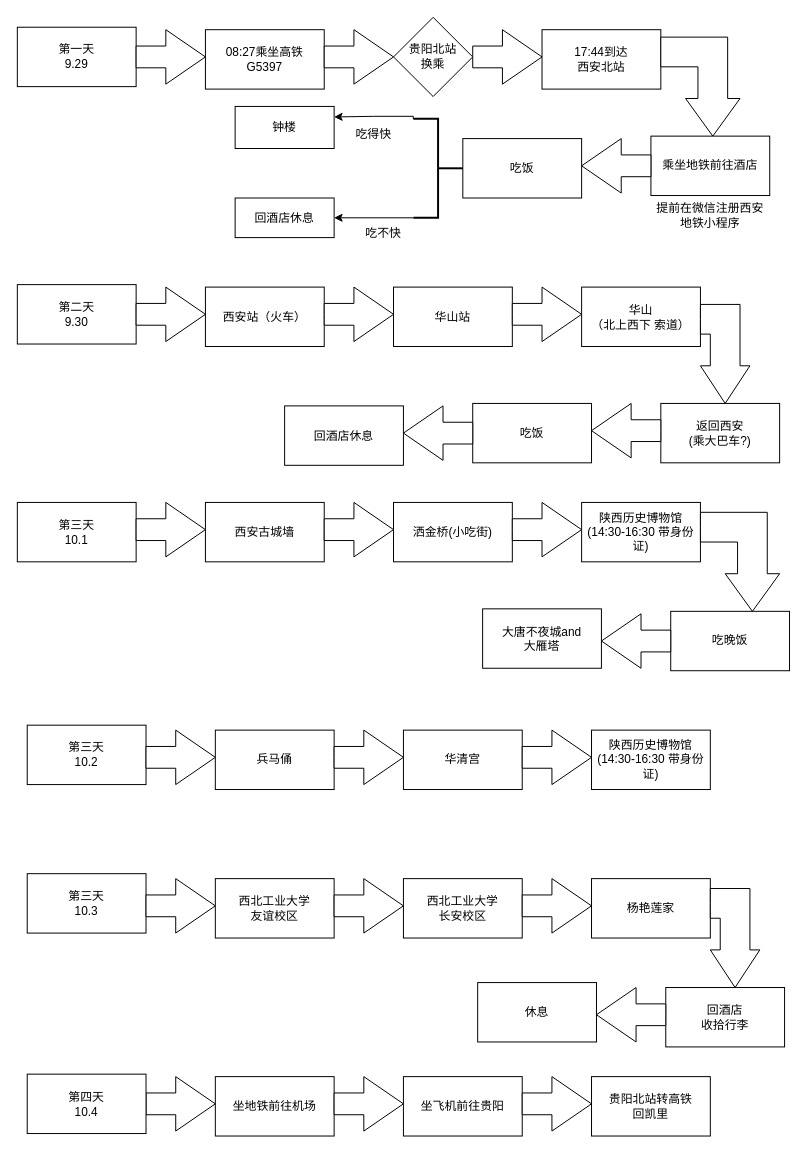
The draw.io diagram Xi'an.drawio in stanic11/miniprogram, before the edit. Source tidied: cells renumbered, new cells numbered last; positions are measured from the earlier drawing's top-left corner, leaving out a move shared by most shapes. Both pictures are drawn from the tidied source at 99%, with x=0, y=0 at pixel (17, 17).
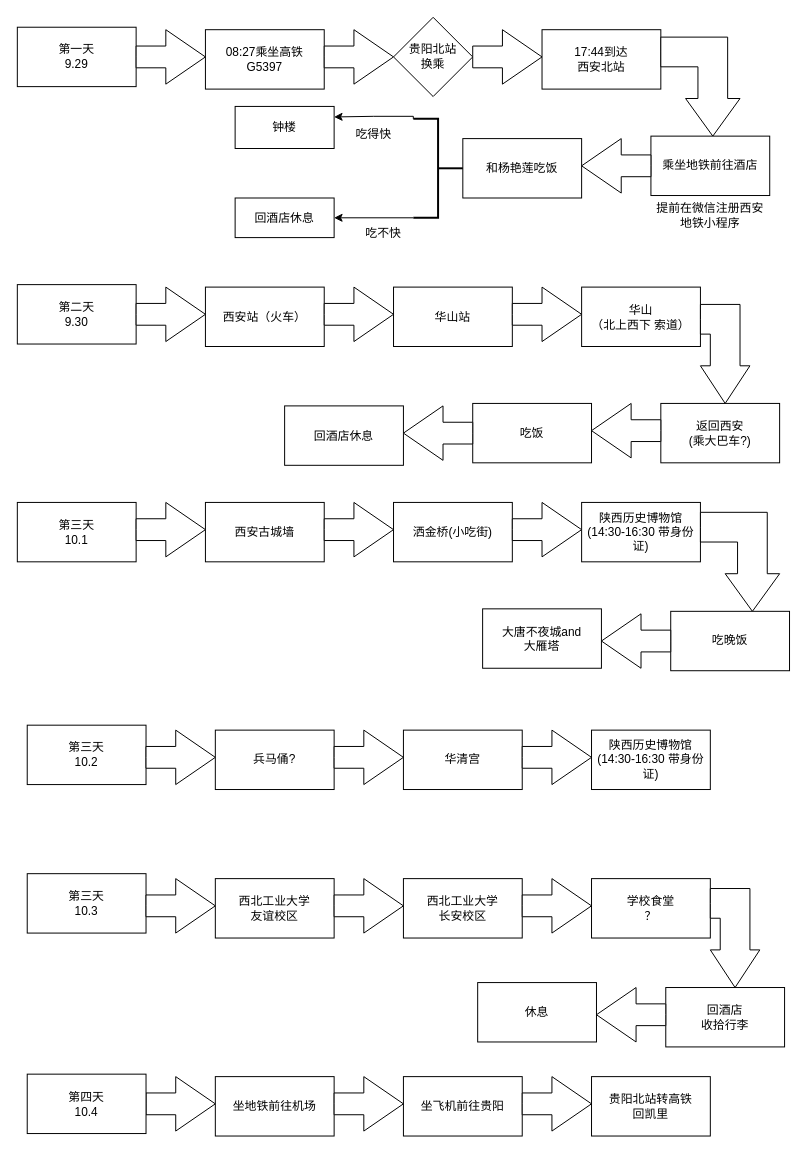
The same diagram, later.

Change to the diagram source:
```diff
@@
-    <mxCell id="13" value="吃饭" style="rounded=0;whiteSpace=wrap;html=1;labelBackgroundColor=none;" parent="1" vertex="1">
+    <mxCell id="13" value="和杨艳莲吃饭" style="rounded=0;whiteSpace=wrap;html=1;labelBackgroundColor=none;" parent="1" vertex="1">
       <mxGeometry x="450" y="122.5" width="120" height="60" as="geometry" />
     </mxCell>
@@
-    <mxCell id="43" value="兵马俑" style="rounded=0;whiteSpace=wrap;html=1;labelBackgroundColor=none;" parent="1" vertex="1">
+    <mxCell id="43" value="兵马俑?" style="rounded=0;whiteSpace=wrap;html=1;labelBackgroundColor=none;" parent="1" vertex="1">
       <mxGeometry x="200" y="720" width="120" height="60" as="geometry" />
     </mxCell>
@@
-    <mxCell id="54" value="杨艳莲家" style="rounded=0;whiteSpace=wrap;html=1;labelBackgroundColor=none;" parent="1" vertex="1">
+    <mxCell id="54" value="学校食堂&lt;br&gt;？" style="rounded=0;whiteSpace=wrap;html=1;labelBackgroundColor=none;" parent="1" vertex="1">
       <mxGeometry x="580" y="870" width="120" height="60" as="geometry" />
     </mxCell>
```
